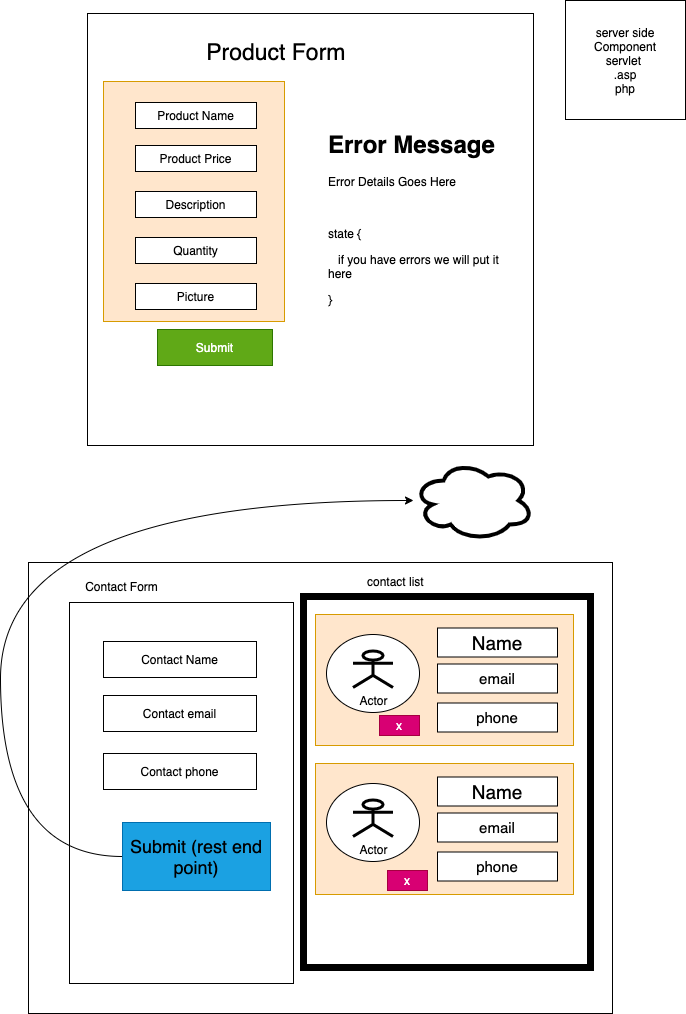
Before: images/19-react-forms.drawio.png, a diagram exported from draw.io (adithnaveen/sapient-freshers-2021-jun-asde). Source tidied: cells renumbered, new cells last; positions are measured from the earlier drawing's top-left corner, leaving out a move shared by most shapes.
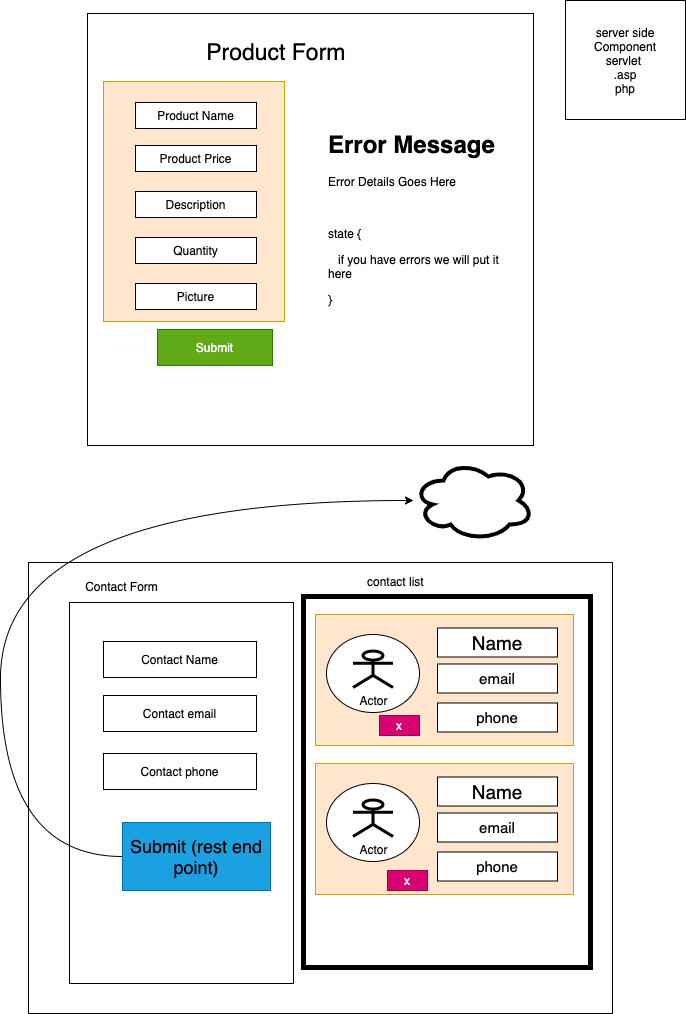
After the commit.

What changed in the source:
```diff
@@ -64,7 +64,7 @@
     <mxCell id="20" value="&lt;font style=&quot;font-size: 18px&quot; color=&quot;#000000&quot;&gt;Submit (rest end point)&lt;/font&gt;" style="rounded=0;whiteSpace=wrap;html=1;fillColor=#1ba1e2;strokeColor=#006EAF;fontColor=#ffffff;" parent="1" vertex="1">
       <mxGeometry x="122" y="822" width="148" height="68" as="geometry" />
     </mxCell>
-    <mxCell id="21" style="rounded=0;whiteSpace=wrap;html=1;strokeWidth=7;" parent="1" vertex="1">
+    <mxCell id="21" style="rounded=0;whiteSpace=wrap;html=1;strokeWidth=5;" parent="1" vertex="1">
       <mxGeometry x="303" y="596" width="287" height="371" as="geometry" />
     </mxCell>
     <mxCell id="22" style="rounded=0;whiteSpace=wrap;html=1;fillColor=#ffe6cc;strokeColor=#d79b00;" parent="1" vertex="1">
```
